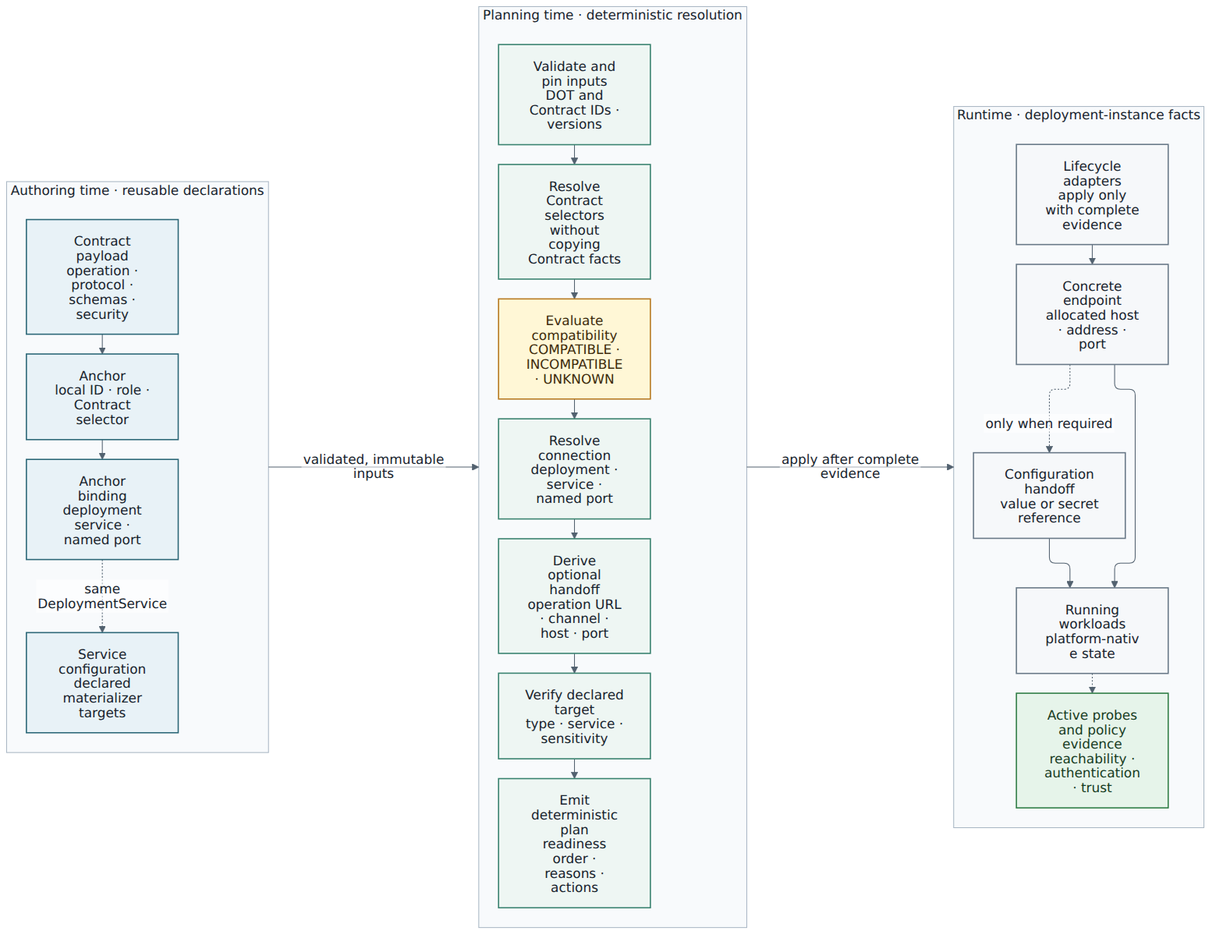
The Mermaid diagram DOT-Design/next/dot-design/_images/diagrams/composition-resolution-stages.png in MARE-EU-Project/DOT-Docs, before a commit. Its source is kept beside it as DOT-Design/next/dot-design/_attachments/diagrams/composition-resolution-stages.mmd.
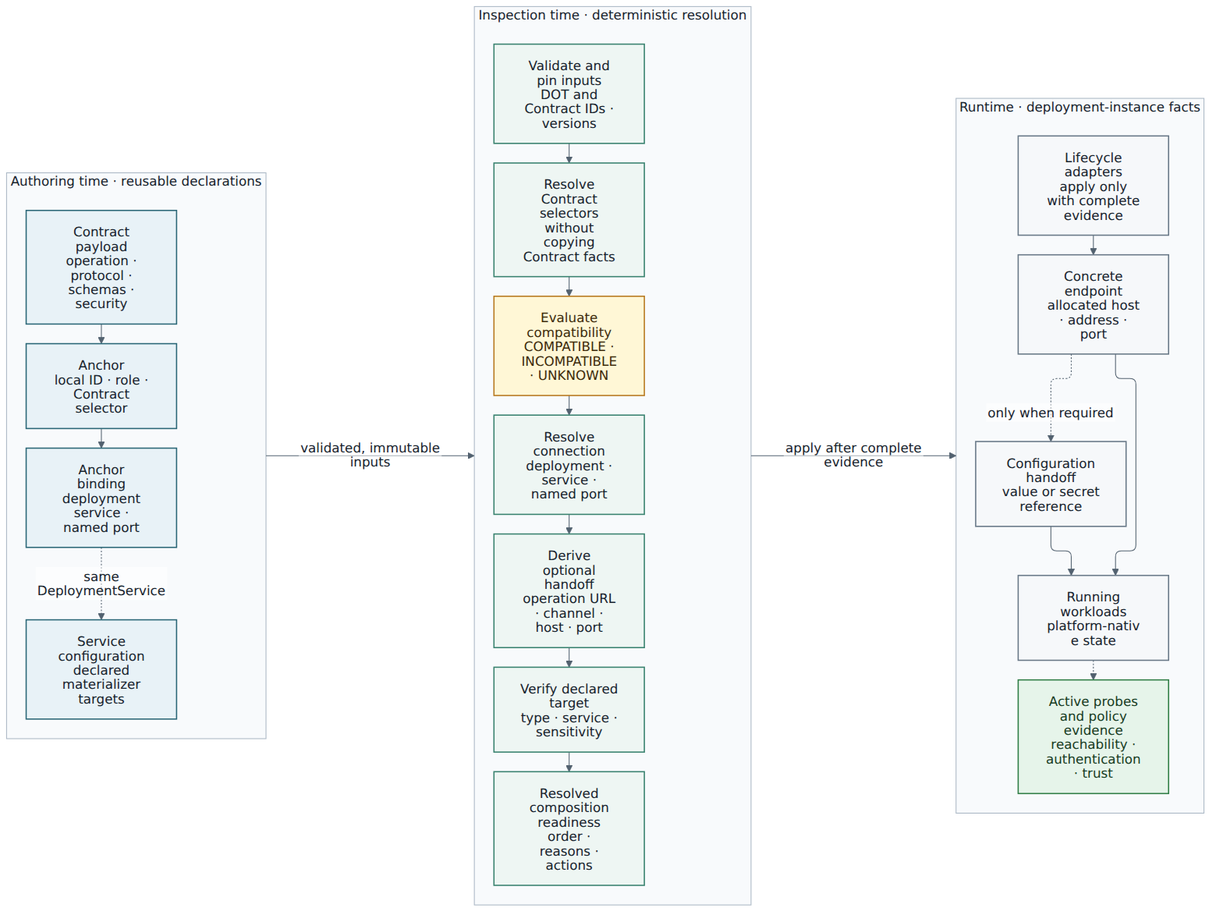
The same file after the commit.

What changed in the source:
```diff
@@ -1,6 +1,6 @@
 flowchart LR
-  accTitle: Authoring, planning, and runtime resolution stages
-  accDescr: Independently authored Contracts, Anchors, bindings, and configuration declarations are pinned and resolved into a deterministic plan before lifecycle adapters create endpoints, materialize configuration, and collect runtime evidence.
+  accTitle: Authoring, composition resolution, and runtime stages
+  accDescr: Independently authored Contracts, Anchors, bindings, and configuration declarations are pinned and resolved into a deterministic resolved composition before lifecycle adapters create endpoints, materialize configuration, and collect runtime evidence.
 
   subgraph Authoring["Authoring time · reusable declarations"]
     direction TB
@@ -13,7 +13,7 @@
     Binding -.->|same DeploymentService| Config
   end
 
-  subgraph Planning["Planning time · deterministic resolution"]
+  subgraph ResolutionStage["Inspection time · deterministic resolution"]
     direction TB
     Inputs["Validate and pin inputs<br/>DOT and Contract IDs · versions"]
     Selectors["Resolve Contract selectors<br/>without copying Contract facts"]
@@ -21,9 +21,9 @@
     Connection["Resolve connection<br/>deployment · service · named port"]
     Handoff["Derive optional handoff<br/>operation URL · channel · host · port"]
     Target["Verify declared target<br/>type · service · sensitivity"]
-    Plan["Emit deterministic plan<br/>readiness order · reasons · actions"]
+    Resolution["Resolved composition<br/>readiness order · reasons · actions"]
     Inputs --> Selectors --> Compatibility --> Connection
-    Connection --> Handoff --> Target --> Plan
+    Connection --> Handoff --> Target --> Resolution
   end
 
   subgraph Runtime["Runtime · deployment-instance facts"]
@@ -40,8 +40,8 @@
     Workload -.-> Probe
   end
 
-  Authoring -->|validated, immutable inputs| Planning
-  Planning -->|apply after complete evidence| Runtime
+  Authoring -->|validated, immutable inputs| ResolutionStage
+  ResolutionStage -->|apply after complete evidence| Runtime
 
   classDef authored fill:#e8f2f7,stroke:#2b6777,color:#17232d,stroke-width:1.5px;
   classDef process fill:#eef6f3,stroke:#39826f,color:#17232d,stroke-width:1.5px;
@@ -49,7 +49,7 @@
   classDef runtime fill:#f6f8fa,stroke:#687887,color:#17232d,stroke-width:1.5px;
   classDef evidence fill:#e6f4ea,stroke:#2f7d45,color:#173c23,stroke-width:1.5px;
   class Contract,Anchor,Binding,Config authored;
-  class Inputs,Selectors,Connection,Handoff,Target,Plan process;
+  class Inputs,Selectors,Connection,Handoff,Target,Resolution process;
   class Compatibility decision;
   class Apply,Endpoint,Inject,Workload runtime;
   class Probe evidence;
```
